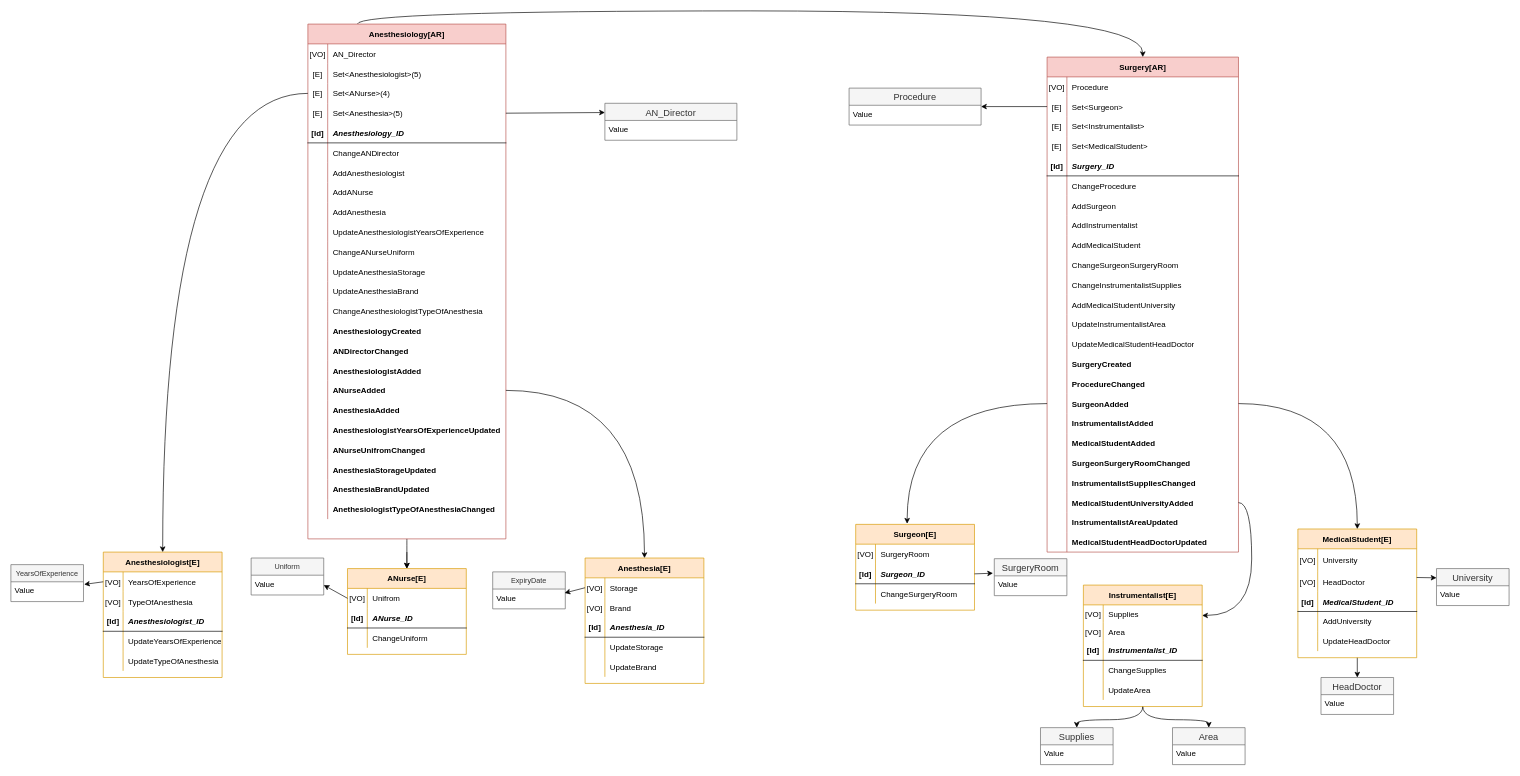
This is page "Model" (3 of 4) of model.drawio from shermaes/hospital-ddd, a draw.io file, before an edit. Source tidied: cells renumbered, new cells numbered last; positions are measured from the earlier drawing's top-left corner, leaving out a move shared by most shapes. Both pictures are drawn from the tidied source at 66%, with x=0, y=0 at pixel (11, 24).
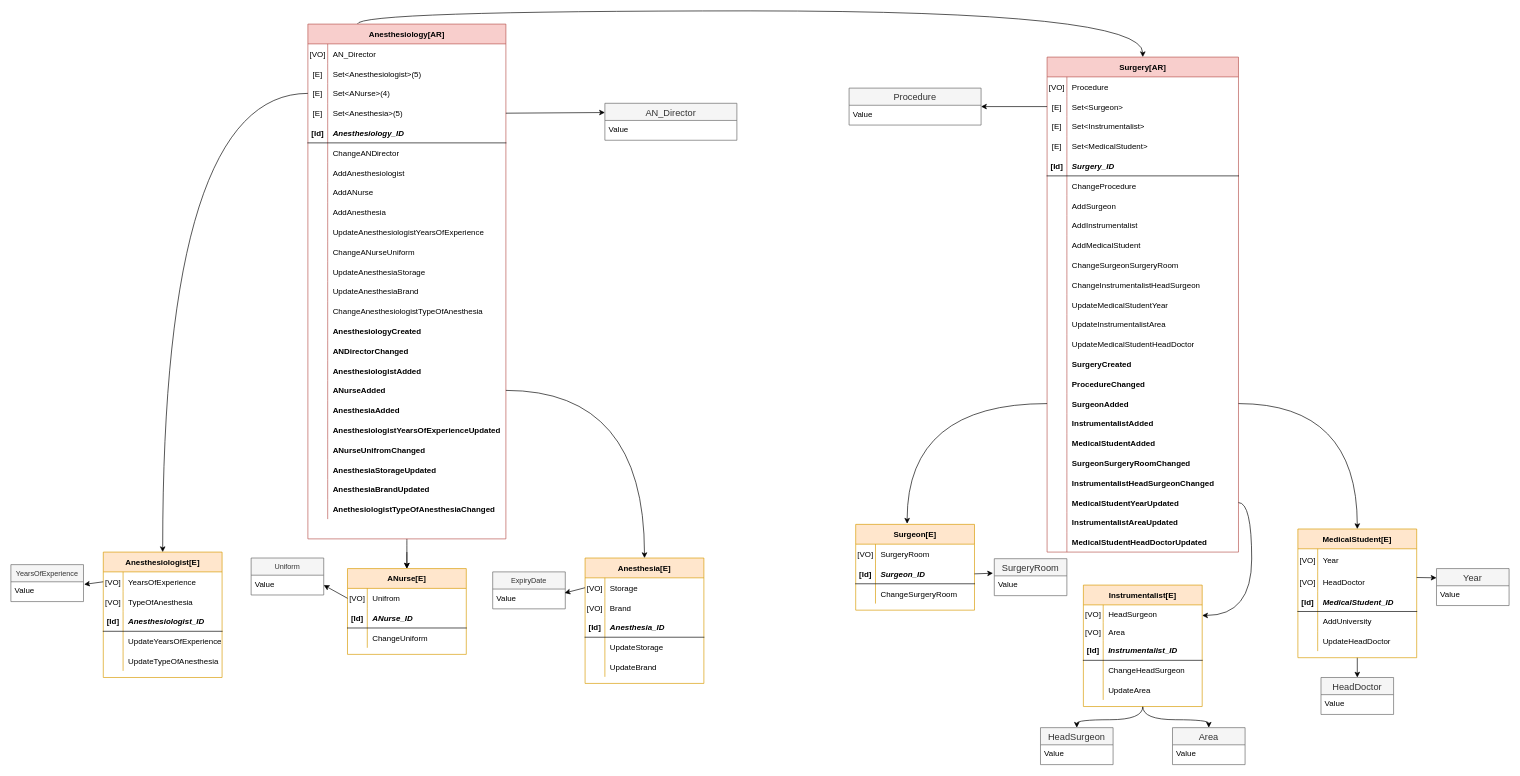
The same page after the edit.

Unchanged cells that the change refers to:
```xml
<mxCell id="140" style="shape=partialRectangle;fillColor=none;top=0;left=0;bottom=0;right=0;fontSize=14;" parent="109" vertex="1">
  <mxGeometry y="330" width="290" height="30" as="geometry" />
</mxCell>
<mxCell id="143" style="shape=partialRectangle;fillColor=none;top=0;left=0;bottom=0;right=0;fontStyle=1;" parent="109" vertex="1">
  <mxGeometry y="360" width="290" height="30" as="geometry" />
</mxCell>
<mxCell id="170" style="shape=partialRectangle;fillColor=none;top=0;left=0;bottom=0;right=0;fontSize=14;verticalAlign=top;fontStyle=1;" parent="109" vertex="1">
  <mxGeometry y="630" width="290" height="30" as="geometry" />
</mxCell>
<mxCell id="173" style="shape=partialRectangle;fillColor=none;top=0;left=0;bottom=0;right=0;points=[[0,0.5],[1,0.5]];portConstraint=eastwest;fontSize=14;verticalAlign=top;fontStyle=1;" parent="109" vertex="1">
  <mxGeometry y="660" width="290" height="30" as="geometry" />
</mxCell>
<mxCell id="184" style="shape=partialRectangle;fillColor=none;top=0;left=0;bottom=0;right=0;" parent="183" vertex="1">
  <mxGeometry y="30" width="180" height="35" as="geometry" />
</mxCell>
<mxCell id="243" style="shape=partialRectangle;fillColor=none;top=0;left=0;bottom=0;right=0;fontSize=14;" parent="242" vertex="1">
  <mxGeometry y="30" width="180" height="27" as="geometry" />
</mxCell>
<mxCell id="252" style="shape=partialRectangle;fillColor=none;top=0;left=0;bottom=0;right=0;" parent="242" vertex="1">
  <mxGeometry y="114" width="180" height="30" as="geometry" />
</mxCell>
```

Diff of the diagram source:
```diff
@@
-    <mxCell id="142" value="ChangeInstrumentalistSupplies" style="shape=partialRectangle;fillColor=none;top=0;left=0;bottom=0;right=0;align=left;spacingLeft=6;overflow=hidden;" parent="140" vertex="1">
+    <mxCell id="142" value="ChangeInstrumentalistHeadSurgeon" style="shape=partialRectangle;fillColor=none;top=0;left=0;bottom=0;right=0;align=left;spacingLeft=6;overflow=hidden;" parent="140" vertex="1">
       <mxGeometry x="30" width="260" height="30" as="geometry" />
     </mxCell>
@@
-    <mxCell id="145" value="AddMedicalStudentUniversity" style="shape=partialRectangle;fillColor=none;top=0;left=0;bottom=0;right=0;align=left;spacingLeft=6;overflow=hidden;fontStyle=0;" parent="143" vertex="1">
+    <mxCell id="145" value="UpdateMedicalStudentYear" style="shape=partialRectangle;fillColor=none;top=0;left=0;bottom=0;right=0;align=left;spacingLeft=6;overflow=hidden;fontStyle=0;" parent="143" vertex="1">
       <mxGeometry x="30" width="260" height="30" as="geometry" />
     </mxCell>
@@
-    <mxCell id="172" value="InstrumentalistSuppliesChanged" style="shape=partialRectangle;fillColor=none;top=0;left=0;bottom=0;right=0;align=left;spacingLeft=6;overflow=hidden;fontStyle=1;" parent="170" vertex="1">
+    <mxCell id="172" value="InstrumentalistHeadSurgeonChanged" style="shape=partialRectangle;fillColor=none;top=0;left=0;bottom=0;right=0;align=left;spacingLeft=6;overflow=hidden;fontStyle=1;" parent="170" vertex="1">
       <mxGeometry x="30" width="260" height="30" as="geometry" />
     </mxCell>
@@
-    <mxCell id="175" value="MedicalStudentUniversityAdded" style="shape=partialRectangle;fillColor=none;top=0;left=0;bottom=0;right=0;align=left;spacingLeft=6;overflow=hidden;fontStyle=1;" parent="173" vertex="1">
+    <mxCell id="175" value="MedicalStudentYearUpdated" style="shape=partialRectangle;fillColor=none;top=0;left=0;bottom=0;right=0;align=left;spacingLeft=6;overflow=hidden;fontStyle=1;" parent="173" vertex="1">
       <mxGeometry x="30" width="260" height="30" as="geometry" />
     </mxCell>
@@
-    <mxCell id="186" value="University" style="shape=partialRectangle;fillColor=none;top=0;left=0;bottom=0;right=0;align=left;spacingLeft=6;overflow=hidden;" parent="184" vertex="1">
+    <mxCell id="186" value="Year" style="shape=partialRectangle;fillColor=none;top=0;left=0;bottom=0;right=0;align=left;spacingLeft=6;overflow=hidden;" parent="184" vertex="1">
       <mxGeometry x="30" width="150" height="35" as="geometry" />
     </mxCell>
@@
-    <mxCell id="201" value="Supplies" style="swimlane;fontStyle=0;horizontal=1;startSize=26;align=center;fontSize=14;fillColor=#f5f5f5;strokeColor=#666666;fontColor=#333333;" parent="1" vertex="1">
+    <mxCell id="201" value="HeadSurgeon" style="swimlane;fontStyle=0;horizontal=1;startSize=26;align=center;fontSize=14;fillColor=#f5f5f5;strokeColor=#666666;fontColor=#333333;" parent="1" vertex="1">
       <mxGeometry x="1560" y="1066" width="110" height="56" as="geometry" />
     </mxCell>
@@
-    <mxCell id="203" value="University" style="swimlane;fontStyle=0;horizontal=1;startSize=26;align=center;fontSize=14;fillColor=#f5f5f5;strokeColor=#666666;fontColor=#333333;" parent="1" vertex="1">
+    <mxCell id="203" value="Year" style="swimlane;fontStyle=0;horizontal=1;startSize=26;align=center;fontSize=14;fillColor=#f5f5f5;strokeColor=#666666;fontColor=#333333;" parent="1" vertex="1">
       <mxGeometry x="2160" y="825" width="110" height="56" as="geometry" />
     </mxCell>
@@
-    <mxCell id="245" value="Supplies" style="shape=partialRectangle;fillColor=none;top=0;left=0;bottom=0;right=0;align=left;spacingLeft=6;overflow=hidden;" parent="243" vertex="1">
+    <mxCell id="245" value="HeadSurgeon" style="shape=partialRectangle;fillColor=none;top=0;left=0;bottom=0;right=0;align=left;spacingLeft=6;overflow=hidden;" parent="243" vertex="1">
       <mxGeometry x="30" width="150" height="27" as="geometry" />
     </mxCell>
@@
-    <mxCell id="254" value="ChangeSupplies" style="shape=partialRectangle;fillColor=none;top=0;left=0;bottom=0;right=0;align=left;spacingLeft=6;overflow=hidden;" parent="252" vertex="1">
+    <mxCell id="254" value="ChangeHeadSurgeon" style="shape=partialRectangle;fillColor=none;top=0;left=0;bottom=0;right=0;align=left;spacingLeft=6;overflow=hidden;" parent="252" vertex="1">
       <mxGeometry x="30" width="150" height="30" as="geometry" />
     </mxCell>
```
